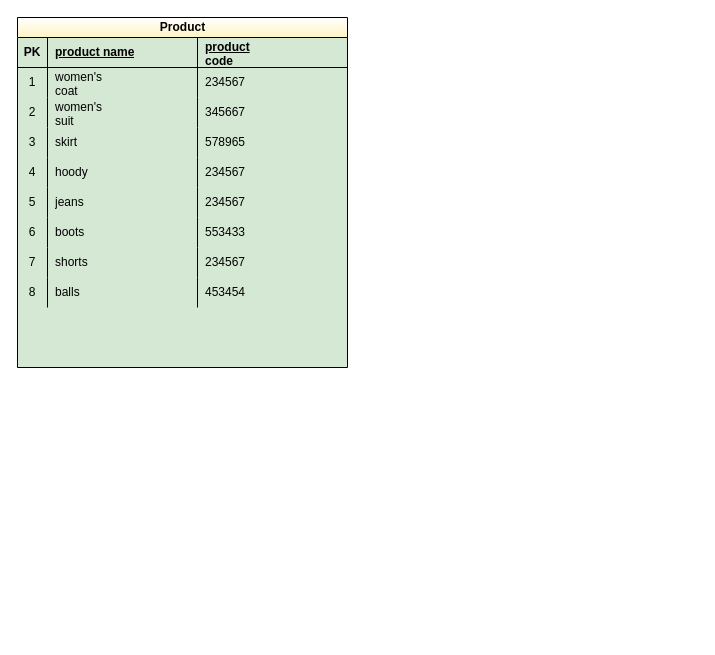
The draw.io diagram Диаграмма без названия.drawio in DinarGareev/KFU_Work, before the edit. Source tidied: cells renumbered, new cells numbered last; positions are measured from the earlier drawing's top-left corner, leaving out a move shared by most shapes. Both pictures are drawn from the tidied source at 100%, with x=0, y=0 at pixel (17, 17).
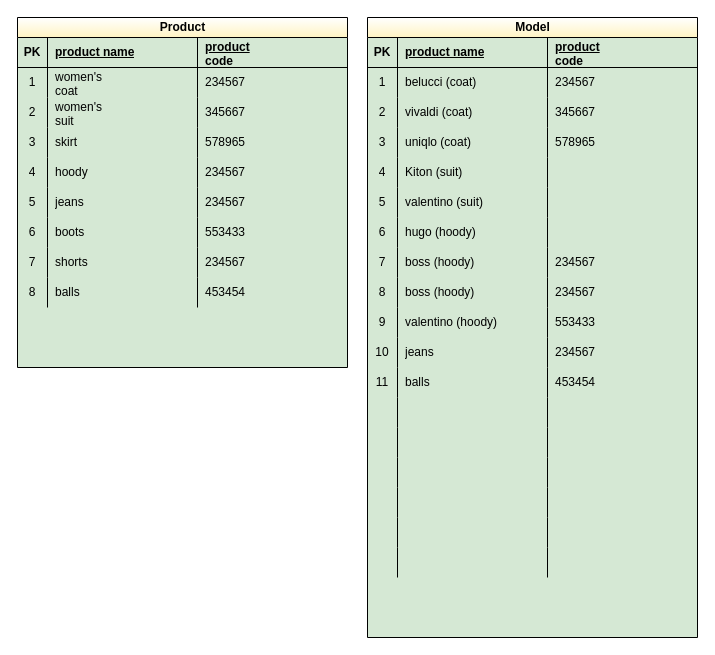
The same page after the edit.

Diff of the diagram source:
```diff
@@
+    <mxCell id="39" value="Model" style="shape=table;startSize=20;childLayout=tableLayout;rowLines=0;fontStyle=1;align=center;html=1;fixDash=0;perimeterSpacing=0;strokeWidth=1;strokeColor=default;gradientColor=#FFF4C3;swimlaneFillColor=#D5E8D4;" parent="1" vertex="1">
+      <mxGeometry x="350" width="330" height="620" as="geometry" />
+    </mxCell>
+    <mxCell id="40" style="shape=tableRow;horizontal=0;startSize=0;swimlaneHead=0;swimlaneBody=0;fillColor=none;top=0;left=0;right=0;bottom=1;" parent="39" vertex="1">
+      <mxGeometry y="20" width="330" height="30" as="geometry" />
+    </mxCell>
+    <mxCell id="41" value="PK" style="shape=partialRectangle;fillColor=none;top=0;left=0;bottom=0;right=0;fontStyle=1;overflow=hidden;whiteSpace=wrap;html=1;" parent="40" vertex="1">
+      <mxGeometry width="30" height="30" as="geometry" />
+    </mxCell>
+    <mxCell id="42" value="product name" style="shape=partialRectangle;fillColor=none;top=0;left=0;bottom=0;right=0;align=left;spacingLeft=6;fontStyle=5;overflow=hidden;whiteSpace=wrap;html=1;" parent="40" vertex="1">
+      <mxGeometry x="30" width="150" height="30" as="geometry" />
+    </mxCell>
+    <mxCell id="43" value="product&lt;br/&gt;code" style="shape=partialRectangle;fillColor=none;top=0;left=0;bottom=0;right=0;align=left;spacingLeft=6;fontStyle=5;overflow=hidden;whiteSpace=wrap;html=1;" parent="40" vertex="1">
+      <mxGeometry x="180" width="150" height="30" as="geometry" />
+    </mxCell>
+    <mxCell id="44" style="shape=tableRow;horizontal=0;startSize=0;swimlaneHead=0;swimlaneBody=0;fillColor=none;top=0;left=0;right=0;bottom=0;" parent="39" vertex="1">
+      <mxGeometry y="50" width="330" height="30" as="geometry" />
+    </mxCell>
+    <mxCell id="45" value="1" style="shape=partialRectangle;fillColor=none;top=0;left=0;bottom=0;right=0;overflow=hidden;whiteSpace=wrap;html=1;" parent="44" vertex="1">
+      <mxGeometry width="30" height="30" as="geometry" />
+    </mxCell>
+    <mxCell id="46" value="belucci (coat)" style="shape=partialRectangle;fillColor=none;top=0;left=0;bottom=0;right=0;align=left;spacingLeft=6;overflow=hidden;whiteSpace=wrap;html=1;" parent="44" vertex="1">
+      <mxGeometry x="30" width="150" height="30" as="geometry" />
+    </mxCell>
+    <mxCell id="47" value="234567" style="shape=partialRectangle;fillColor=none;top=0;left=0;bottom=0;right=0;align=left;spacingLeft=6;overflow=hidden;whiteSpace=wrap;html=1;" parent="44" vertex="1">
+      <mxGeometry x="180" width="150" height="30" as="geometry" />
+    </mxCell>
+    <mxCell id="48" style="shape=tableRow;horizontal=0;startSize=0;swimlaneHead=0;swimlaneBody=0;fillColor=none;top=0;left=0;right=0;bottom=0;" parent="39" vertex="1">
+      <mxGeometry y="80" width="330" height="30" as="geometry" />
+    </mxCell>
+    <mxCell id="49" value="2" style="shape=partialRectangle;fillColor=none;top=0;left=0;bottom=0;right=0;overflow=hidden;whiteSpace=wrap;html=1;" parent="48" vertex="1">
+      <mxGeometry width="30" height="30" as="geometry" />
+    </mxCell>
+    <mxCell id="50" value="vivaldi (coat)" style="shape=partialRectangle;fillColor=none;top=0;left=0;bottom=0;right=0;align=left;spacingLeft=6;overflow=hidden;whiteSpace=wrap;html=1;" parent="48" vertex="1">
+      <mxGeometry x="30" width="150" height="30" as="geometry" />
+    </mxCell>
+    <mxCell id="51" value="345667" style="shape=partialRectangle;fillColor=none;top=0;left=0;bottom=0;right=0;align=left;spacingLeft=6;overflow=hidden;whiteSpace=wrap;html=1;" parent="48" vertex="1">
+      <mxGeometry x="180" width="150" height="30" as="geometry" />
+    </mxCell>
+    <mxCell id="52" style="shape=tableRow;horizontal=0;startSize=0;swimlaneHead=0;swimlaneBody=0;fillColor=none;top=0;left=0;right=0;bottom=0;" parent="39" vertex="1">
+      <mxGeometry y="110" width="330" height="30" as="geometry" />
+    </mxCell>
+    <mxCell id="53" value="3" style="shape=partialRectangle;fillColor=none;top=0;left=0;bottom=0;right=0;overflow=hidden;whiteSpace=wrap;html=1;" parent="52" vertex="1">
+      <mxGeometry width="30" height="30" as="geometry" />
+    </mxCell>
+    <mxCell id="54" value="uniqlo (coat)" style="shape=partialRectangle;fillColor=none;top=0;left=0;bottom=0;right=0;align=left;spacingLeft=6;overflow=hidden;whiteSpace=wrap;html=1;" parent="52" vertex="1">
+      <mxGeometry x="30" width="150" height="30" as="geometry" />
+    </mxCell>
+    <mxCell id="55" value="578965" style="shape=partialRectangle;fillColor=none;top=0;left=0;bottom=0;right=0;align=left;spacingLeft=6;overflow=hidden;whiteSpace=wrap;html=1;" parent="52" vertex="1">
+      <mxGeometry x="180" width="150" height="30" as="geometry" />
+    </mxCell>
+    <mxCell id="56" style="shape=tableRow;horizontal=0;startSize=0;swimlaneHead=0;swimlaneBody=0;fillColor=none;top=0;left=0;right=0;bottom=0;" parent="39" vertex="1">
+      <mxGeometry y="140" width="330" height="30" as="geometry" />
+    </mxCell>
+    <mxCell id="57" value="4" style="shape=partialRectangle;fillColor=none;top=0;left=0;bottom=0;right=0;overflow=hidden;whiteSpace=wrap;html=1;" parent="56" vertex="1">
+      <mxGeometry width="30" height="30" as="geometry" />
+    </mxCell>
+    <mxCell id="58" value="Kiton (suit)" style="shape=partialRectangle;fillColor=none;top=0;left=0;bottom=0;right=0;align=left;spacingLeft=6;overflow=hidden;whiteSpace=wrap;html=1;" parent="56" vertex="1">
+      <mxGeometry x="30" width="150" height="30" as="geometry" />
+    </mxCell>
+    <mxCell id="59" style="shape=partialRectangle;fillColor=none;top=0;left=0;bottom=0;right=0;align=left;spacingLeft=6;overflow=hidden;whiteSpace=wrap;html=1;" parent="56" vertex="1">
+      <mxGeometry x="180" width="150" height="30" as="geometry" />
+    </mxCell>
+    <mxCell id="60" style="shape=tableRow;horizontal=0;startSize=0;swimlaneHead=0;swimlaneBody=0;fillColor=none;top=0;left=0;right=0;bottom=0;" parent="39" vertex="1">
+      <mxGeometry y="170" width="330" height="30" as="geometry" />
+    </mxCell>
+    <mxCell id="61" value="5" style="shape=partialRectangle;fillColor=none;top=0;left=0;bottom=0;right=0;overflow=hidden;whiteSpace=wrap;html=1;" parent="60" vertex="1">
+      <mxGeometry width="30" height="30" as="geometry" />
+    </mxCell>
+    <mxCell id="62" value="valentino&amp;nbsp;(suit)" style="shape=partialRectangle;fillColor=none;top=0;left=0;bottom=0;right=0;align=left;spacingLeft=6;overflow=hidden;whiteSpace=wrap;html=1;" parent="60" vertex="1">
+      <mxGeometry x="30" width="150" height="30" as="geometry" />
+    </mxCell>
+    <mxCell id="63" style="shape=partialRectangle;fillColor=none;top=0;left=0;bottom=0;right=0;align=left;spacingLeft=6;overflow=hidden;whiteSpace=wrap;html=1;" parent="60" vertex="1">
+      <mxGeometry x="180" width="150" height="30" as="geometry" />
+    </mxCell>
+    <mxCell id="64" style="shape=tableRow;horizontal=0;startSize=0;swimlaneHead=0;swimlaneBody=0;fillColor=none;top=0;left=0;right=0;bottom=0;" parent="39" vertex="1">
+      <mxGeometry y="200" width="330" height="30" as="geometry" />
+    </mxCell>
+    <mxCell id="65" value="6" style="shape=partialRectangle;fillColor=none;top=0;left=0;bottom=0;right=0;overflow=hidden;whiteSpace=wrap;html=1;" parent="64" vertex="1">
+      <mxGeometry width="30" height="30" as="geometry" />
+    </mxCell>
+    <mxCell id="66" value="hugo (hoody)" style="shape=partialRectangle;fillColor=none;top=0;left=0;bottom=0;right=0;align=left;spacingLeft=6;overflow=hidden;whiteSpace=wrap;html=1;" parent="64" vertex="1">
+      <mxGeometry x="30" width="150" height="30" as="geometry" />
+    </mxCell>
+    <mxCell id="67" style="shape=partialRectangle;fillColor=none;top=0;left=0;bottom=0;right=0;align=left;spacingLeft=6;overflow=hidden;whiteSpace=wrap;html=1;" parent="64" vertex="1">
+      <mxGeometry x="180" width="150" height="30" as="geometry" />
+    </mxCell>
+    <mxCell id="68" style="shape=tableRow;horizontal=0;startSize=0;swimlaneHead=0;swimlaneBody=0;fillColor=none;top=0;left=0;right=0;bottom=0;" parent="39" vertex="1">
+      <mxGeometry y="230" width="330" height="30" as="geometry" />
+    </mxCell>
+    <mxCell id="69" value="7" style="shape=partialRectangle;fillColor=none;top=0;left=0;bottom=0;right=0;overflow=hidden;whiteSpace=wrap;html=1;" parent="68" vertex="1">
+      <mxGeometry width="30" height="30" as="geometry" />
+    </mxCell>
+    <mxCell id="70" value="boss (hoody)" style="shape=partialRectangle;fillColor=none;top=0;left=0;bottom=0;right=0;align=left;spacingLeft=6;overflow=hidden;whiteSpace=wrap;html=1;" parent="68" vertex="1">
+      <mxGeometry x="30" width="150" height="30" as="geometry" />
+    </mxCell>
+    <mxCell id="71" value="234567&lt;br&gt;" style="shape=partialRectangle;fillColor=none;top=0;left=0;bottom=0;right=0;align=left;spacingLeft=6;overflow=hidden;whiteSpace=wrap;html=1;" parent="68" vertex="1">
+      <mxGeometry x="180" width="150" height="30" as="geometry" />
+    </mxCell>
+    <mxCell id="72" style="shape=tableRow;horizontal=0;startSize=0;swimlaneHead=0;swimlaneBody=0;fillColor=none;top=0;left=0;right=0;bottom=0;" parent="39" vertex="1">
+      <mxGeometry y="260" width="330" height="30" as="geometry" />
+    </mxCell>
+    <mxCell id="73" value="8" style="shape=partialRectangle;fillColor=none;top=0;left=0;bottom=0;right=0;overflow=hidden;whiteSpace=wrap;html=1;" parent="72" vertex="1">
+      <mxGeometry width="30" height="30" as="geometry" />
+    </mxCell>
+    <mxCell id="74" value="boss (hoody)" style="shape=partialRectangle;fillColor=none;top=0;left=0;bottom=0;right=0;align=left;spacingLeft=6;overflow=hidden;whiteSpace=wrap;html=1;" parent="72" vertex="1">
+      <mxGeometry x="30" width="150" height="30" as="geometry" />
+    </mxCell>
+    <mxCell id="75" value="234567" style="shape=partialRectangle;fillColor=none;top=0;left=0;bottom=0;right=0;align=left;spacingLeft=6;overflow=hidden;whiteSpace=wrap;html=1;" parent="72" vertex="1">
+      <mxGeometry x="180" width="150" height="30" as="geometry" />
+    </mxCell>
+    <mxCell id="76" style="shape=tableRow;horizontal=0;startSize=0;swimlaneHead=0;swimlaneBody=0;fillColor=none;top=0;left=0;right=0;bottom=0;" parent="39" vertex="1">
+      <mxGeometry y="290" width="330" height="30" as="geometry" />
+    </mxCell>
+    <mxCell id="77" value="9" style="shape=partialRectangle;fillColor=none;top=0;left=0;bottom=0;right=0;overflow=hidden;whiteSpace=wrap;html=1;" parent="76" vertex="1">
+      <mxGeometry width="30" height="30" as="geometry" />
+    </mxCell>
+    <mxCell id="78" value="valentino (hoody)" style="shape=partialRectangle;fillColor=none;top=0;left=0;bottom=0;right=0;align=left;spacingLeft=6;overflow=hidden;whiteSpace=wrap;html=1;" parent="76" vertex="1">
+      <mxGeometry x="30" width="150" height="30" as="geometry" />
+    </mxCell>
+    <mxCell id="79" value="553433" style="shape=partialRectangle;fillColor=none;top=0;left=0;bottom=0;right=0;align=left;spacingLeft=6;overflow=hidden;whiteSpace=wrap;html=1;" parent="76" vertex="1">
+      <mxGeometry x="180" width="150" height="30" as="geometry" />
+    </mxCell>
+    <mxCell id="80" style="shape=tableRow;horizontal=0;startSize=0;swimlaneHead=0;swimlaneBody=0;fillColor=none;top=0;left=0;right=0;bottom=0;" parent="39" vertex="1">
+      <mxGeometry y="320" width="330" height="30" as="geometry" />
+    </mxCell>
+    <mxCell id="81" value="10" style="shape=partialRectangle;fillColor=none;top=0;left=0;bottom=0;right=0;overflow=hidden;whiteSpace=wrap;html=1;" parent="80" vertex="1">
+      <mxGeometry width="30" height="30" as="geometry" />
+    </mxCell>
+    <mxCell id="82" value="jeans" style="shape=partialRectangle;fillColor=none;top=0;left=0;bottom=0;right=0;align=left;spacingLeft=6;overflow=hidden;whiteSpace=wrap;html=1;" parent="80" vertex="1">
+      <mxGeometry x="30" width="150" height="30" as="geometry" />
+    </mxCell>
+    <mxCell id="83" value="234567" style="shape=partialRectangle;fillColor=none;top=0;left=0;bottom=0;right=0;align=left;spacingLeft=6;overflow=hidden;whiteSpace=wrap;html=1;" parent="80" vertex="1">
+      <mxGeometry x="180" width="150" height="30" as="geometry" />
+    </mxCell>
+    <mxCell id="84" style="shape=tableRow;horizontal=0;startSize=0;swimlaneHead=0;swimlaneBody=0;fillColor=none;top=0;left=0;right=0;bottom=0;" parent="39" vertex="1">
+      <mxGeometry y="350" width="330" height="30" as="geometry" />
+    </mxCell>
+    <mxCell id="85" value="11" style="shape=partialRectangle;fillColor=none;top=0;left=0;bottom=0;right=0;overflow=hidden;whiteSpace=wrap;html=1;" parent="84" vertex="1">
+      <mxGeometry width="30" height="30" as="geometry" />
+    </mxCell>
+    <mxCell id="86" value="balls" style="shape=partialRectangle;fillColor=none;top=0;left=0;bottom=0;right=0;align=left;spacingLeft=6;overflow=hidden;whiteSpace=wrap;html=1;" parent="84" vertex="1">
+      <mxGeometry x="30" width="150" height="30" as="geometry" />
+    </mxCell>
+    <mxCell id="87" value="453454" style="shape=partialRectangle;fillColor=none;top=0;left=0;bottom=0;right=0;align=left;spacingLeft=6;overflow=hidden;whiteSpace=wrap;html=1;" parent="84" vertex="1">
+      <mxGeometry x="180" width="150" height="30" as="geometry" />
+    </mxCell>
+    <mxCell id="88" style="shape=tableRow;horizontal=0;startSize=0;swimlaneHead=0;swimlaneBody=0;fillColor=none;top=0;left=0;right=0;bottom=0;" parent="39" vertex="1">
+      <mxGeometry y="380" width="330" height="30" as="geometry" />
+    </mxCell>
+    <mxCell id="89" style="shape=partialRectangle;fillColor=none;top=0;left=0;bottom=0;right=0;overflow=hidden;whiteSpace=wrap;html=1;" parent="88" vertex="1">
+      <mxGeometry width="30" height="30" as="geometry" />
+    </mxCell>
+    <mxCell id="90" style="shape=partialRectangle;fillColor=none;top=0;left=0;bottom=0;right=0;align=left;spacingLeft=6;overflow=hidden;whiteSpace=wrap;html=1;" parent="88" vertex="1">
+      <mxGeometry x="30" width="150" height="30" as="geometry" />
+    </mxCell>
+    <mxCell id="91" style="shape=partialRectangle;fillColor=none;top=0;left=0;bottom=0;right=0;align=left;spacingLeft=6;overflow=hidden;whiteSpace=wrap;html=1;" parent="88" vertex="1">
+      <mxGeometry x="180" width="150" height="30" as="geometry" />
+    </mxCell>
+    <mxCell id="92" style="shape=tableRow;horizontal=0;startSize=0;swimlaneHead=0;swimlaneBody=0;fillColor=none;top=0;left=0;right=0;bottom=0;" parent="39" vertex="1">
+      <mxGeometry y="410" width="330" height="30" as="geometry" />
+    </mxCell>
+    <mxCell id="93" style="shape=partialRectangle;fillColor=none;top=0;left=0;bottom=0;right=0;overflow=hidden;whiteSpace=wrap;html=1;" parent="92" vertex="1">
+      <mxGeometry width="30" height="30" as="geometry" />
+    </mxCell>
+    <mxCell id="94" style="shape=partialRectangle;fillColor=none;top=0;left=0;bottom=0;right=0;align=left;spacingLeft=6;overflow=hidden;whiteSpace=wrap;html=1;" parent="92" vertex="1">
+      <mxGeometry x="30" width="150" height="30" as="geometry" />
+    </mxCell>
+    <mxCell id="95" style="shape=partialRectangle;fillColor=none;top=0;left=0;bottom=0;right=0;align=left;spacingLeft=6;overflow=hidden;whiteSpace=wrap;html=1;" parent="92" vertex="1">
+      <mxGeometry x="180" width="150" height="30" as="geometry" />
+    </mxCell>
+    <mxCell id="96" style="shape=tableRow;horizontal=0;startSize=0;swimlaneHead=0;swimlaneBody=0;fillColor=none;top=0;left=0;right=0;bottom=0;" parent="39" vertex="1">
+      <mxGeometry y="440" width="330" height="30" as="geometry" />
+    </mxCell>
+    <mxCell id="97" style="shape=partialRectangle;fillColor=none;top=0;left=0;bottom=0;right=0;overflow=hidden;whiteSpace=wrap;html=1;" parent="96" vertex="1">
+      <mxGeometry width="30" height="30" as="geometry" />
+    </mxCell>
+    <mxCell id="98" style="shape=partialRectangle;fillColor=none;top=0;left=0;bottom=0;right=0;align=left;spacingLeft=6;overflow=hidden;whiteSpace=wrap;html=1;" parent="96" vertex="1">
+      <mxGeometry x="30" width="150" height="30" as="geometry" />
+    </mxCell>
+    <mxCell id="99" style="shape=partialRectangle;fillColor=none;top=0;left=0;bottom=0;right=0;align=left;spacingLeft=6;overflow=hidden;whiteSpace=wrap;html=1;" parent="96" vertex="1">
+      <mxGeometry x="180" width="150" height="30" as="geometry" />
+    </mxCell>
+    <mxCell id="100" style="shape=tableRow;horizontal=0;startSize=0;swimlaneHead=0;swimlaneBody=0;fillColor=none;top=0;left=0;right=0;bottom=0;" parent="39" vertex="1">
+      <mxGeometry y="470" width="330" height="30" as="geometry" />
+    </mxCell>
+    <mxCell id="101" style="shape=partialRectangle;fillColor=none;top=0;left=0;bottom=0;right=0;overflow=hidden;whiteSpace=wrap;html=1;" parent="100" vertex="1">
+      <mxGeometry width="30" height="30" as="geometry" />
+    </mxCell>
+    <mxCell id="102" style="shape=partialRectangle;fillColor=none;top=0;left=0;bottom=0;right=0;align=left;spacingLeft=6;overflow=hidden;whiteSpace=wrap;html=1;" parent="100" vertex="1">
+      <mxGeometry x="30" width="150" height="30" as="geometry" />
+    </mxCell>
+    <mxCell id="103" style="shape=partialRectangle;fillColor=none;top=0;left=0;bottom=0;right=0;align=left;spacingLeft=6;overflow=hidden;whiteSpace=wrap;html=1;" parent="100" vertex="1">
+      <mxGeometry x="180" width="150" height="30" as="geometry" />
+    </mxCell>
+    <mxCell id="104" style="shape=tableRow;horizontal=0;startSize=0;swimlaneHead=0;swimlaneBody=0;fillColor=none;top=0;left=0;right=0;bottom=0;" parent="39" vertex="1">
+      <mxGeometry y="500" width="330" height="30" as="geometry" />
+    </mxCell>
+    <mxCell id="105" style="shape=partialRectangle;fillColor=none;top=0;left=0;bottom=0;right=0;overflow=hidden;whiteSpace=wrap;html=1;" parent="104" vertex="1">
+      <mxGeometry width="30" height="30" as="geometry" />
+    </mxCell>
+    <mxCell id="106" style="shape=partialRectangle;fillColor=none;top=0;left=0;bottom=0;right=0;align=left;spacingLeft=6;overflow=hidden;whiteSpace=wrap;html=1;" parent="104" vertex="1">
+      <mxGeometry x="30" width="150" height="30" as="geometry" />
+    </mxCell>
+    <mxCell id="107" style="shape=partialRectangle;fillColor=none;top=0;left=0;bottom=0;right=0;align=left;spacingLeft=6;overflow=hidden;whiteSpace=wrap;html=1;" parent="104" vertex="1">
+      <mxGeometry x="180" width="150" height="30" as="geometry" />
+    </mxCell>
+    <mxCell id="108" style="shape=tableRow;horizontal=0;startSize=0;swimlaneHead=0;swimlaneBody=0;fillColor=none;top=0;left=0;right=0;bottom=0;" parent="39" vertex="1">
+      <mxGeometry y="530" width="330" height="30" as="geometry" />
+    </mxCell>
+    <mxCell id="109" style="shape=partialRectangle;fillColor=none;top=0;left=0;bottom=0;right=0;overflow=hidden;whiteSpace=wrap;html=1;" parent="108" vertex="1">
+      <mxGeometry width="30" height="30" as="geometry" />
+    </mxCell>
+    <mxCell id="110" style="shape=partialRectangle;fillColor=none;top=0;left=0;bottom=0;right=0;align=left;spacingLeft=6;overflow=hidden;whiteSpace=wrap;html=1;" parent="108" vertex="1">
+      <mxGeometry x="30" width="150" height="30" as="geometry" />
+    </mxCell>
+    <mxCell id="111" style="shape=partialRectangle;fillColor=none;top=0;left=0;bottom=0;right=0;align=left;spacingLeft=6;overflow=hidden;whiteSpace=wrap;html=1;" parent="108" vertex="1">
+      <mxGeometry x="180" width="150" height="30" as="geometry" />
+    </mxCell>
```
